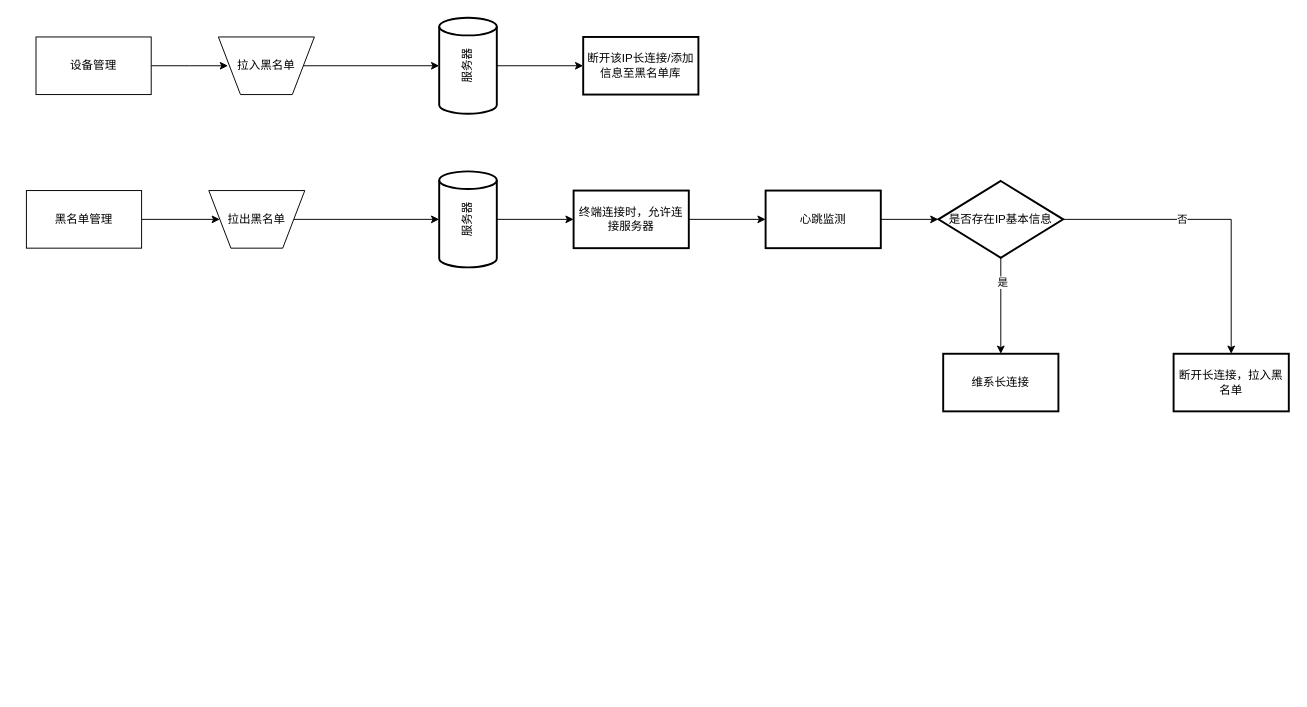
The draw.io diagram page "第 4 页" (4 of 4) of 硬件预警.drawio in YangDongDD/-, before the edit. Source tidied: cells renumbered, new cells numbered last; positions are measured from the earlier drawing's top-left corner, leaving out a move shared by most shapes. Both pictures are drawn from the tidied source at 96%, with x=0, y=0 at pixel (26, 36).
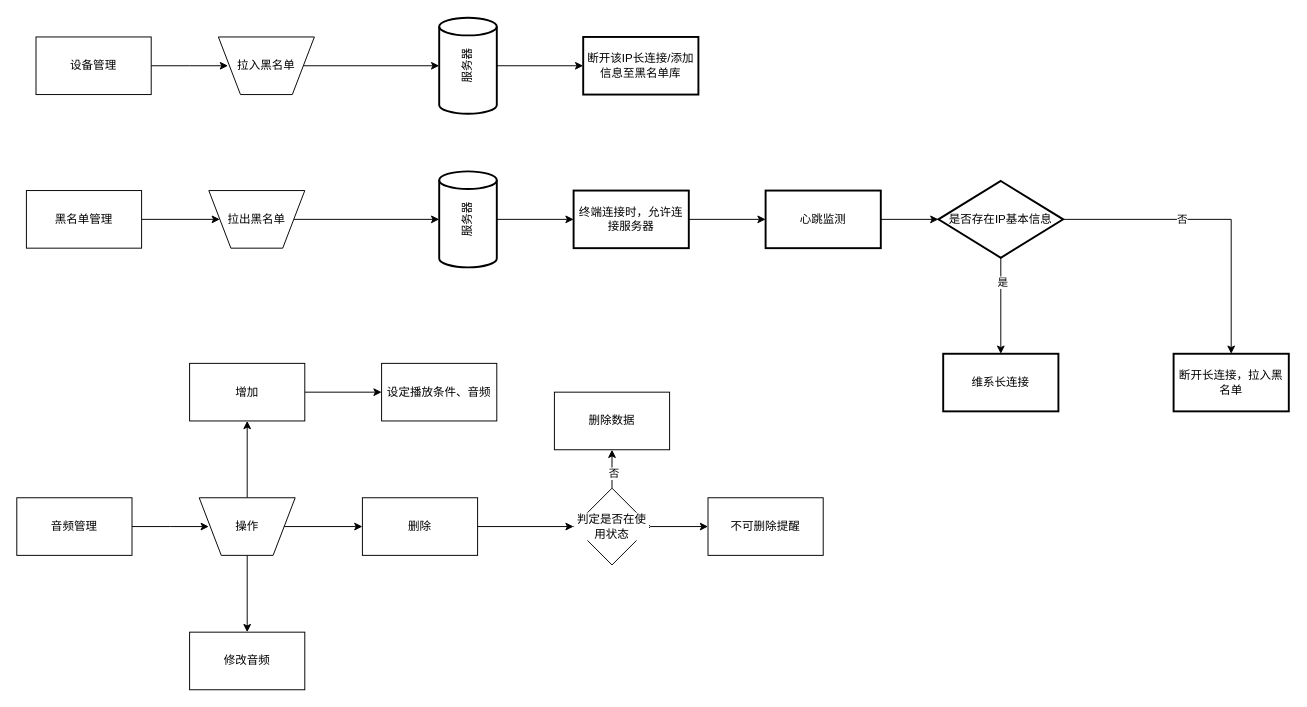
The same page after the edit.

The edit, as a diff of the source:
```diff
@@
+    <mxCell id="26" style="edgeStyle=orthogonalEdgeStyle;rounded=0;jettySize=auto;html=1;" parent="1" edge="1" source="27">
+      <mxGeometry relative="1" as="geometry">
+        <mxPoint x="190" y="510" as="targetPoint" />
+      </mxGeometry>
+    </mxCell>
+    <mxCell id="27" value="音频管理" style="rounded=0;whiteSpace=wrap;html=1;labelBackgroundColor=default;" parent="1" vertex="1">
+      <mxGeometry x="-10" y="480" width="120" height="60" as="geometry" />
+    </mxCell>
+    <mxCell id="28" style="edgeStyle=orthogonalEdgeStyle;rounded=0;jettySize=auto;html=1;" parent="1" edge="1" source="31" target="33">
+      <mxGeometry relative="1" as="geometry" />
+    </mxCell>
+    <mxCell id="29" style="edgeStyle=orthogonalEdgeStyle;rounded=0;jettySize=auto;html=1;" parent="1" edge="1" source="31" target="39">
+      <mxGeometry relative="1" as="geometry" />
+    </mxCell>
+    <mxCell id="30" style="edgeStyle=orthogonalEdgeStyle;rounded=0;jettySize=auto;html=1;" parent="1" edge="1" source="31" target="43">
+      <mxGeometry relative="1" as="geometry" />
+    </mxCell>
+    <mxCell id="31" value="操作" style="verticalLabelPosition=middle;verticalAlign=middle;html=1;shape=trapezoid;perimeter=trapezoidPerimeter;whiteSpace=wrap;size=0.23;arcSize=10;flipV=1;labelPosition=center;align=center;labelBackgroundColor=default;" parent="1" vertex="1">
+      <mxGeometry x="180" y="480" width="100" height="60" as="geometry" />
+    </mxCell>
+    <mxCell id="32" style="edgeStyle=orthogonalEdgeStyle;rounded=0;jettySize=auto;html=1;" parent="1" edge="1" source="33" target="37">
+      <mxGeometry relative="1" as="geometry" />
+    </mxCell>
+    <mxCell id="33" value="删除" style="whiteSpace=wrap;html=1;arcSize=10;labelBackgroundColor=default;" parent="1" vertex="1">
+      <mxGeometry x="350" y="480" width="120" height="60" as="geometry" />
+    </mxCell>
+    <mxCell id="34" style="edgeStyle=orthogonalEdgeStyle;rounded=0;jettySize=auto;html=1;" parent="1" edge="1" source="37" target="41">
+      <mxGeometry relative="1" as="geometry" />
+    </mxCell>
+    <mxCell id="35" value="否" style="edgeLabel;html=1;align=center;verticalAlign=middle;" parent="34" vertex="1">
+      <mxGeometry x="-0.22" y="-1" relative="1" as="geometry" />
+    </mxCell>
+    <mxCell id="36" style="edgeStyle=orthogonalEdgeStyle;rounded=0;jettySize=auto;html=1;" parent="1" edge="1" source="37" target="42">
+      <mxGeometry relative="1" as="geometry" />
+    </mxCell>
+    <mxCell id="37" value="判定是否在使用状态" style="rhombus;whiteSpace=wrap;html=1;arcSize=10;labelBackgroundColor=default;" parent="1" vertex="1">
+      <mxGeometry x="570" y="470" width="80" height="80" as="geometry" />
+    </mxCell>
+    <mxCell id="38" style="edgeStyle=orthogonalEdgeStyle;rounded=0;jettySize=auto;html=1;" parent="1" edge="1" source="39" target="40">
+      <mxGeometry relative="1" as="geometry" />
+    </mxCell>
+    <mxCell id="39" value="增加" style="whiteSpace=wrap;html=1;arcSize=10;labelBackgroundColor=default;" parent="1" vertex="1">
+      <mxGeometry x="170" y="340" width="120" height="60" as="geometry" />
+    </mxCell>
+    <mxCell id="40" value="设定播放条件、音频" style="whiteSpace=wrap;html=1;arcSize=10;labelBackgroundColor=default;" parent="1" vertex="1">
+      <mxGeometry x="370" y="340" width="120" height="60" as="geometry" />
+    </mxCell>
+    <mxCell id="41" value="删除数据" style="whiteSpace=wrap;html=1;arcSize=10;labelBackgroundColor=default;" parent="1" vertex="1">
+      <mxGeometry x="550" y="370" width="120" height="60" as="geometry" />
+    </mxCell>
+    <mxCell id="42" value="不可删除提醒" style="whiteSpace=wrap;html=1;arcSize=10;labelBackgroundColor=default;" parent="1" vertex="1">
+      <mxGeometry x="710" y="480" width="120" height="60" as="geometry" />
+    </mxCell>
+    <mxCell id="43" value="修改音频" style="whiteSpace=wrap;html=1;arcSize=10;labelBackgroundColor=default;" parent="1" vertex="1">
+      <mxGeometry x="170" y="620" width="120" height="60" as="geometry" />
+    </mxCell>
```
